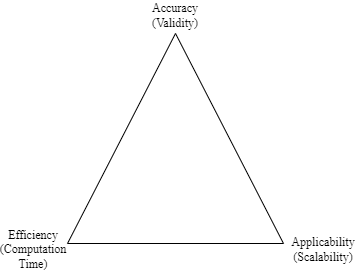
Earlier version of the draw.io export figures/goals.png (fishingpvalues/masterthesis). Source tidied: cells renumbered, new cells last; positions are measured from the earlier drawing's top-left corner, leaving out a move shared by most shapes. Its diagram source:
```xml
<mxGraphModel>
  <root>
    <mxCell id="0" />
    <mxCell id="1" parent="0" />
    <mxCell id="2" style="triangle;whiteSpace=wrap;html=1;rotation=-90;fontFamily=Times New Roman;" parent="1" vertex="1">
      <mxGeometry x="67" y="30" width="210" height="216" as="geometry" />
    </mxCell>
    <mxCell id="3" value="Accuracy&lt;div&gt;(Validity)&lt;/div&gt;" style="text;html=1;align=center;verticalAlign=middle;whiteSpace=wrap;rounded=0;fontFamily=Times New Roman;" parent="1" vertex="1">
      <mxGeometry x="142" width="60" height="30" as="geometry" />
    </mxCell>
    <mxCell id="4" value="Efficiency&lt;div&gt;(Computation Time)&lt;/div&gt;" style="text;html=1;align=center;verticalAlign=middle;whiteSpace=wrap;rounded=0;fontFamily=Times New Roman;" parent="1" vertex="1">
      <mxGeometry y="234" width="60" height="30" as="geometry" />
    </mxCell>
    <mxCell id="5" value="Applicability&lt;div&gt;(Scalability)&lt;/div&gt;" style="text;html=1;align=center;verticalAlign=middle;whiteSpace=wrap;rounded=0;fontFamily=Times New Roman;" parent="1" vertex="1">
      <mxGeometry x="290" y="234" width="60" height="30" as="geometry" />
    </mxCell>
  </root>
</mxGraphModel>
```
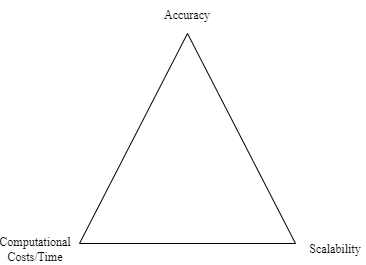
The same file after the commit.

What changed in the source:
```diff
@@ -5,13 +5,13 @@
     <mxCell id="2" style="triangle;whiteSpace=wrap;html=1;rotation=-90;fontFamily=Times New Roman;" parent="1" vertex="1">
       <mxGeometry x="67" y="30" width="210" height="216" as="geometry" />
     </mxCell>
-    <mxCell id="3" value="Accuracy&lt;div&gt;(Validity)&lt;/div&gt;" style="text;html=1;align=center;verticalAlign=middle;whiteSpace=wrap;rounded=0;fontFamily=Times New Roman;" parent="1" vertex="1">
+    <mxCell id="3" value="Accuracy" style="text;html=1;align=center;verticalAlign=middle;whiteSpace=wrap;rounded=0;fontFamily=Times New Roman;" parent="1" vertex="1">
       <mxGeometry x="142" width="60" height="30" as="geometry" />
     </mxCell>
-    <mxCell id="4" value="Efficiency&lt;div&gt;(Computation Time)&lt;/div&gt;" style="text;html=1;align=center;verticalAlign=middle;whiteSpace=wrap;rounded=0;fontFamily=Times New Roman;" parent="1" vertex="1">
-      <mxGeometry y="234" width="60" height="30" as="geometry" />
+    <mxCell id="4" value="Computational Costs/Time" style="text;html=1;align=center;verticalAlign=middle;whiteSpace=wrap;rounded=0;fontFamily=Times New Roman;" parent="1" vertex="1">
+      <mxGeometry x="-10" y="234" width="60" height="30" as="geometry" />
     </mxCell>
-    <mxCell id="5" value="Applicability&lt;div&gt;(Scalability)&lt;/div&gt;" style="text;html=1;align=center;verticalAlign=middle;whiteSpace=wrap;rounded=0;fontFamily=Times New Roman;" parent="1" vertex="1">
+    <mxCell id="5" value="Scalability" style="text;html=1;align=center;verticalAlign=middle;whiteSpace=wrap;rounded=0;fontFamily=Times New Roman;" parent="1" vertex="1">
       <mxGeometry x="290" y="234" width="60" height="30" as="geometry" />
     </mxCell>
   </root>
```
